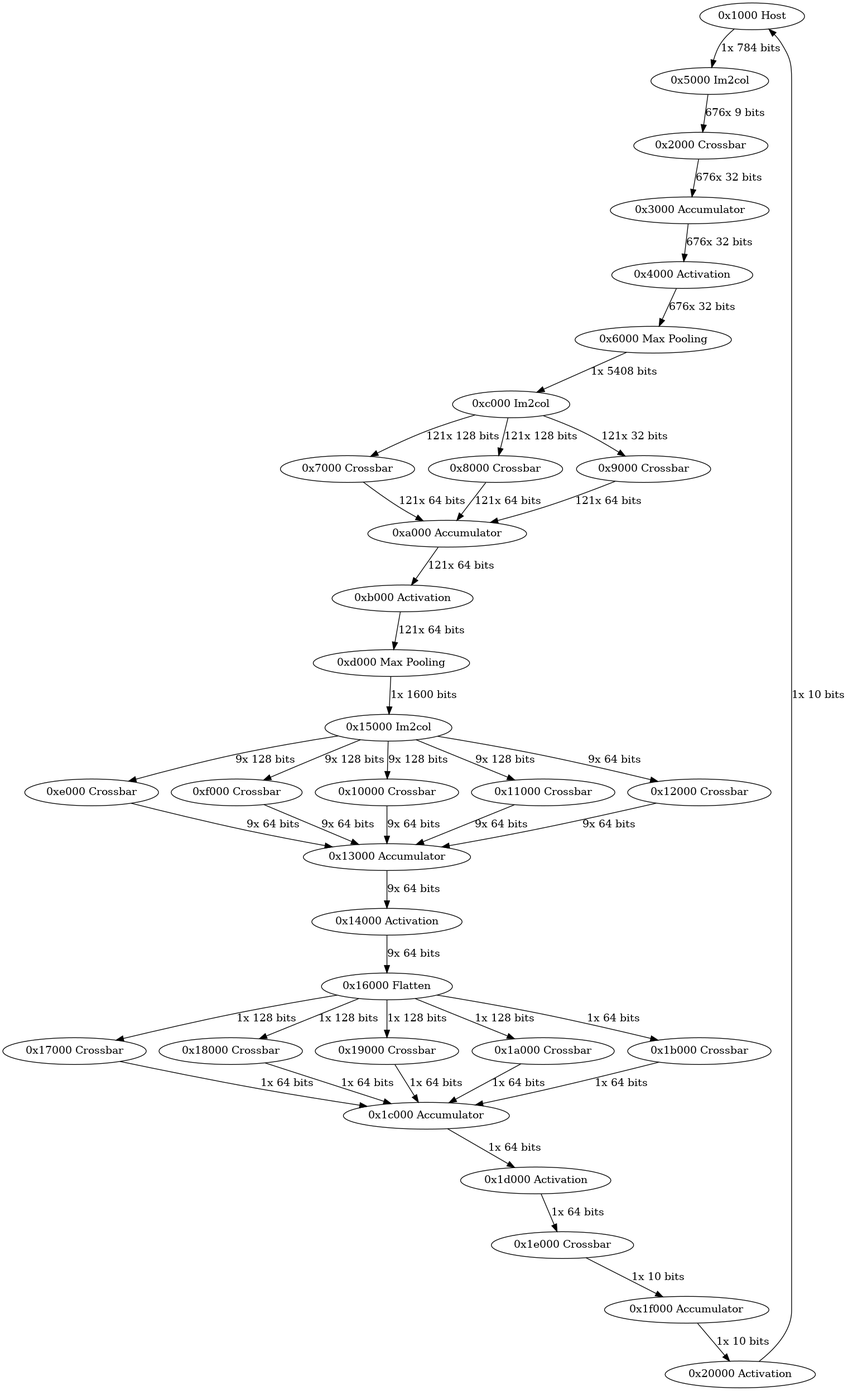
Before: network.png, a diagram exported from Graphviz (Zz-sev-point/IC_SIM). Its source is kept beside it as network.dot.
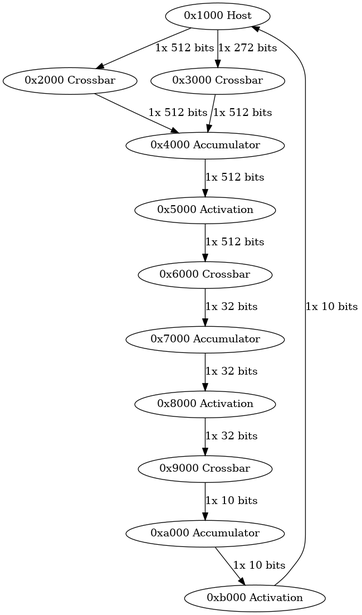
Later version of the same file.

Commit message:
set crossbar size to 512

The edit, as a diff of the source:
```diff
@@ -1,44 +1,14 @@
 digraph InterconnectGraph {
-  "0x1000 Host" -> "0x5000 Im2col" [label="1x 784 bits"];
-  "0x5000 Im2col" -> "0x2000 Crossbar" [label="676x 9 bits"];
-  "0x2000 Crossbar" -> "0x3000 Accumulator" [label="676x 32 bits"];
-  "0x3000 Accumulator" -> "0x4000 Activation" [label="676x 32 bits"];
-  "0x4000 Activation" -> "0x6000 Max Pooling" [label="676x 32 bits"];
-  "0x6000 Max Pooling" -> "0xc000 Im2col" [label="1x 5408 bits"];
-  "0xc000 Im2col" -> "0x7000 Crossbar" [label="121x 128 bits"];
-  "0xc000 Im2col" -> "0x8000 Crossbar" [label="121x 128 bits"];
-  "0xc000 Im2col" -> "0x9000 Crossbar" [label="121x 32 bits"];
-  "0x7000 Crossbar" -> "0xa000 Accumulator" [label="121x 64 bits"];
-  "0x8000 Crossbar" -> "0xa000 Accumulator" [label="121x 64 bits"];
-  "0x9000 Crossbar" -> "0xa000 Accumulator" [label="121x 64 bits"];
-  "0xa000 Accumulator" -> "0xb000 Activation" [label="121x 64 bits"];
-  "0xb000 Activation" -> "0xd000 Max Pooling" [label="121x 64 bits"];
-  "0xd000 Max Pooling" -> "0x15000 Im2col" [label="1x 1600 bits"];
-  "0x15000 Im2col" -> "0xe000 Crossbar" [label="9x 128 bits"];
-  "0x15000 Im2col" -> "0xf000 Crossbar" [label="9x 128 bits"];
-  "0x15000 Im2col" -> "0x10000 Crossbar" [label="9x 128 bits"];
-  "0x15000 Im2col" -> "0x11000 Crossbar" [label="9x 128 bits"];
-  "0x15000 Im2col" -> "0x12000 Crossbar" [label="9x 64 bits"];
-  "0xe000 Crossbar" -> "0x13000 Accumulator" [label="9x 64 bits"];
-  "0xf000 Crossbar" -> "0x13000 Accumulator" [label="9x 64 bits"];
-  "0x10000 Crossbar" -> "0x13000 Accumulator" [label="9x 64 bits"];
-  "0x11000 Crossbar" -> "0x13000 Accumulator" [label="9x 64 bits"];
-  "0x12000 Crossbar" -> "0x13000 Accumulator" [label="9x 64 bits"];
-  "0x13000 Accumulator" -> "0x14000 Activation" [label="9x 64 bits"];
-  "0x14000 Activation" -> "0x16000 Flatten" [label="9x 64 bits"];
-  "0x16000 Flatten" -> "0x17000 Crossbar" [label="1x 128 bits"];
-  "0x16000 Flatten" -> "0x18000 Crossbar" [label="1x 128 bits"];
-  "0x16000 Flatten" -> "0x19000 Crossbar" [label="1x 128 bits"];
-  "0x16000 Flatten" -> "0x1a000 Crossbar" [label="1x 128 bits"];
-  "0x16000 Flatten" -> "0x1b000 Crossbar" [label="1x 64 bits"];
-  "0x17000 Crossbar" -> "0x1c000 Accumulator" [label="1x 64 bits"];
-  "0x18000 Crossbar" -> "0x1c000 Accumulator" [label="1x 64 bits"];
-  "0x19000 Crossbar" -> "0x1c000 Accumulator" [label="1x 64 bits"];
-  "0x1a000 Crossbar" -> "0x1c000 Accumulator" [label="1x 64 bits"];
-  "0x1b000 Crossbar" -> "0x1c000 Accumulator" [label="1x 64 bits"];
-  "0x1c000 Accumulator" -> "0x1d000 Activation" [label="1x 64 bits"];
-  "0x1d000 Activation" -> "0x1e000 Crossbar" [label="1x 64 bits"];
-  "0x1e000 Crossbar" -> "0x1f000 Accumulator" [label="1x 10 bits"];
-  "0x1f000 Accumulator" -> "0x20000 Activation" [label="1x 10 bits"];
-  "0x20000 Activation" -> "0x1000 Host" [label="1x 10 bits"];
+  "0x1000 Host" -> "0x2000 Crossbar" [label="1x 512 bits"];
+  "0x1000 Host" -> "0x3000 Crossbar" [label="1x 272 bits"];
+  "0x2000 Crossbar" -> "0x4000 Accumulator" [label="1x 512 bits"];
+  "0x3000 Crossbar" -> "0x4000 Accumulator" [label="1x 512 bits"];
+  "0x4000 Accumulator" -> "0x5000 Activation" [label="1x 512 bits"];
+  "0x5000 Activation" -> "0x6000 Crossbar" [label="1x 512 bits"];
+  "0x6000 Crossbar" -> "0x7000 Accumulator" [label="1x 32 bits"];
+  "0x7000 Accumulator" -> "0x8000 Activation" [label="1x 32 bits"];
+  "0x8000 Activation" -> "0x9000 Crossbar" [label="1x 32 bits"];
+  "0x9000 Crossbar" -> "0xa000 Accumulator" [label="1x 10 bits"];
+  "0xa000 Accumulator" -> "0xb000 Activation" [label="1x 10 bits"];
+  "0xb000 Activation" -> "0x1000 Host" [label="1x 10 bits"];
 }
```
